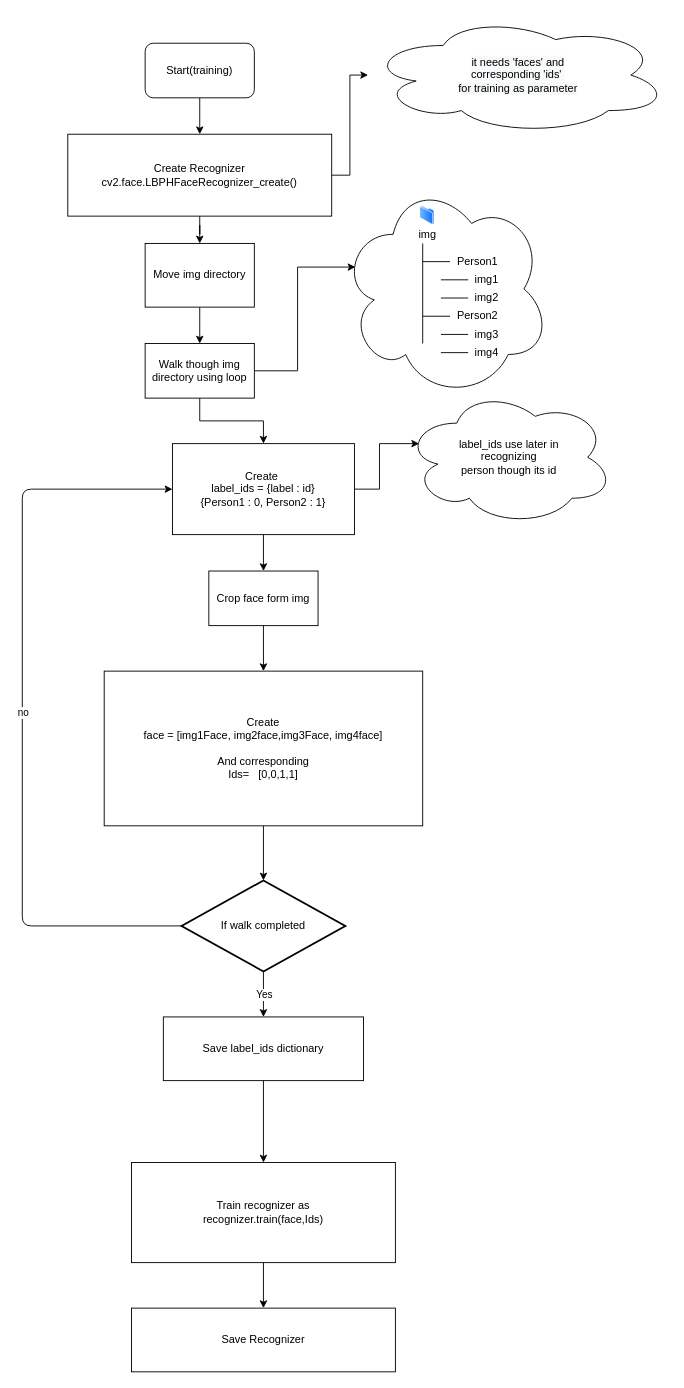
This is Documentation/Flow Diagram/train.drawio from prashantsingh2408/Face-Recognition-Attendance-System, a draw.io file, before an edit. Source tidied: cells renumbered, new cells numbered last; positions are measured from the earlier drawing's top-left corner, leaving out a move shared by most shapes. Both pictures are drawn from the tidied source at 91%, with x=0, y=0 at pixel (22, 15).
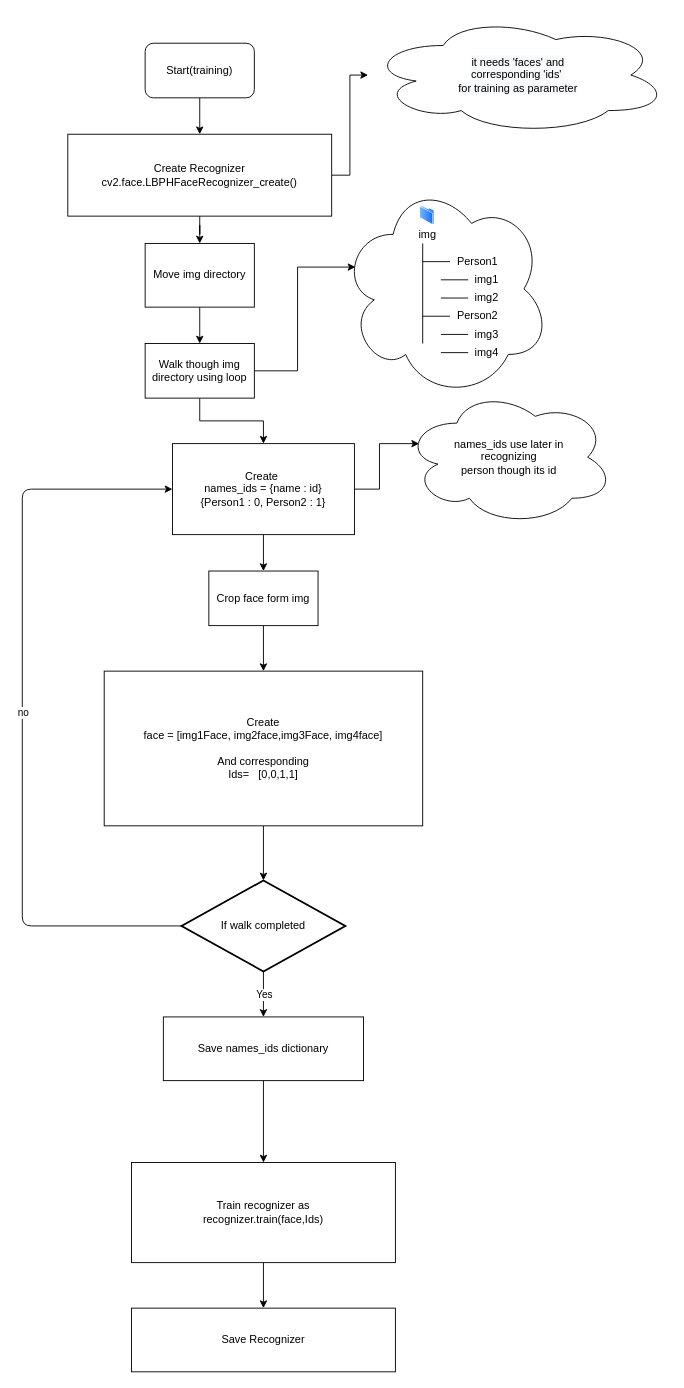
After the change.

Diff of the diagram source:
```diff
@@
-    <mxCell id="11" value="Create&amp;nbsp;&lt;br&gt;label_ids = {label : id}&lt;br&gt;{Person1 : 0, Person2 : 1}" style="rounded=0;whiteSpace=wrap;html=1;" parent="1" vertex="1">
+    <mxCell id="11" value="Create&amp;nbsp;&lt;br&gt;names_ids = {name : id}&lt;br&gt;{Person1 : 0, Person2 : 1}" style="rounded=0;whiteSpace=wrap;html=1;" parent="1" vertex="1">
       <mxGeometry x="165" y="470" width="200" height="100" as="geometry" />
     </mxCell>
@@
-    <mxCell id="32" value="Save label_ids dictionary" style="rounded=0;whiteSpace=wrap;html=1;" parent="1" vertex="1">
+    <mxCell id="32" value="Save names_ids dictionary" style="rounded=0;whiteSpace=wrap;html=1;" parent="1" vertex="1">
       <mxGeometry x="155" y="1100" width="220" height="70" as="geometry" />
     </mxCell>
@@
-    <mxCell id="44" value="label_ids use later in &lt;br&gt;recognizing &lt;br&gt;person though its id" style="ellipse;shape=cloud;whiteSpace=wrap;html=1;rounded=0;" parent="1" vertex="1">
+    <mxCell id="44" value="names_ids use later in &lt;br&gt;recognizing &lt;br&gt;person though its id" style="ellipse;shape=cloud;whiteSpace=wrap;html=1;rounded=0;" parent="1" vertex="1">
       <mxGeometry x="420" y="410" width="230" height="150" as="geometry" />
     </mxCell>
```
